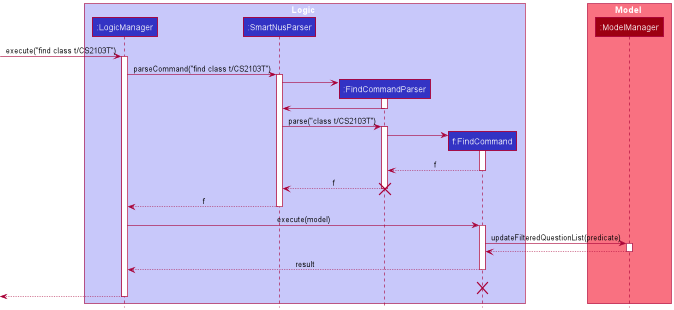
The PlantUML diagram docs/images/developer-guide/FindSequenceDiagram.png in ryanpeh/SmartNUS, before a commit.
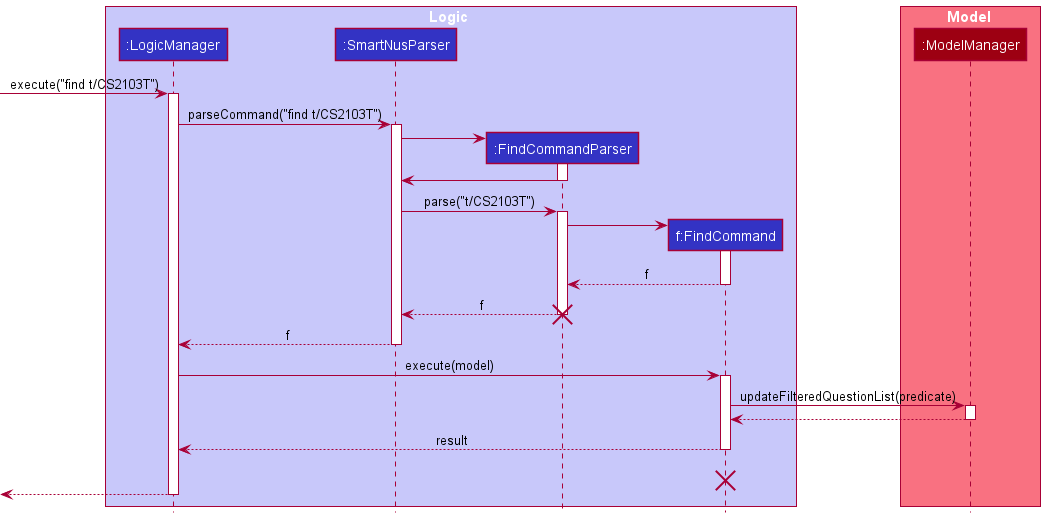
Above is the later version.

Change to the diagram source:
```diff
@@ -12,10 +12,10 @@
 participant ":ModelManager" as ModelManager MODEL_COLOR
 end box
 
-[-> LogicManager : execute("find class t/CS2103T")
+[-> LogicManager : execute("find t/CS2103T")
 activate LogicManager
 
-LogicManager -> SmartNusParser : parseCommand("find class t/CS2103T")
+LogicManager -> SmartNusParser : parseCommand("find t/CS2103T")
 activate SmartNusParser
 
 create FindCommandParser
@@ -24,7 +24,7 @@
 FindCommandParser -> SmartNusParser
 deactivate FindCommandParser
 
-SmartNusParser -> FindCommandParser : parse("class t/CS2103T")
+SmartNusParser -> FindCommandParser : parse("t/CS2103T")
 
 activate FindCommandParser
 
```
